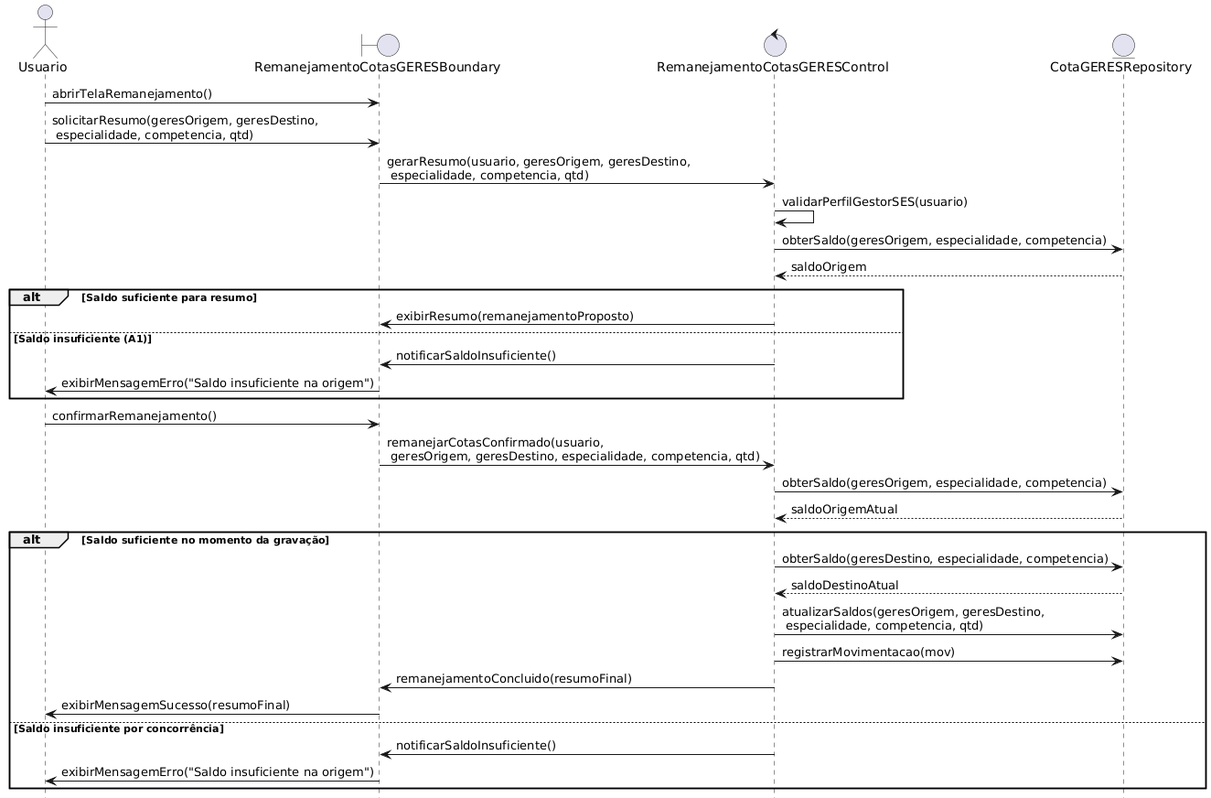
The PlantUML diagram Diagramas de sequencia/Suc014.png in EvertonFerreir4/Sistema_De_Cotas_SES, before a commit.
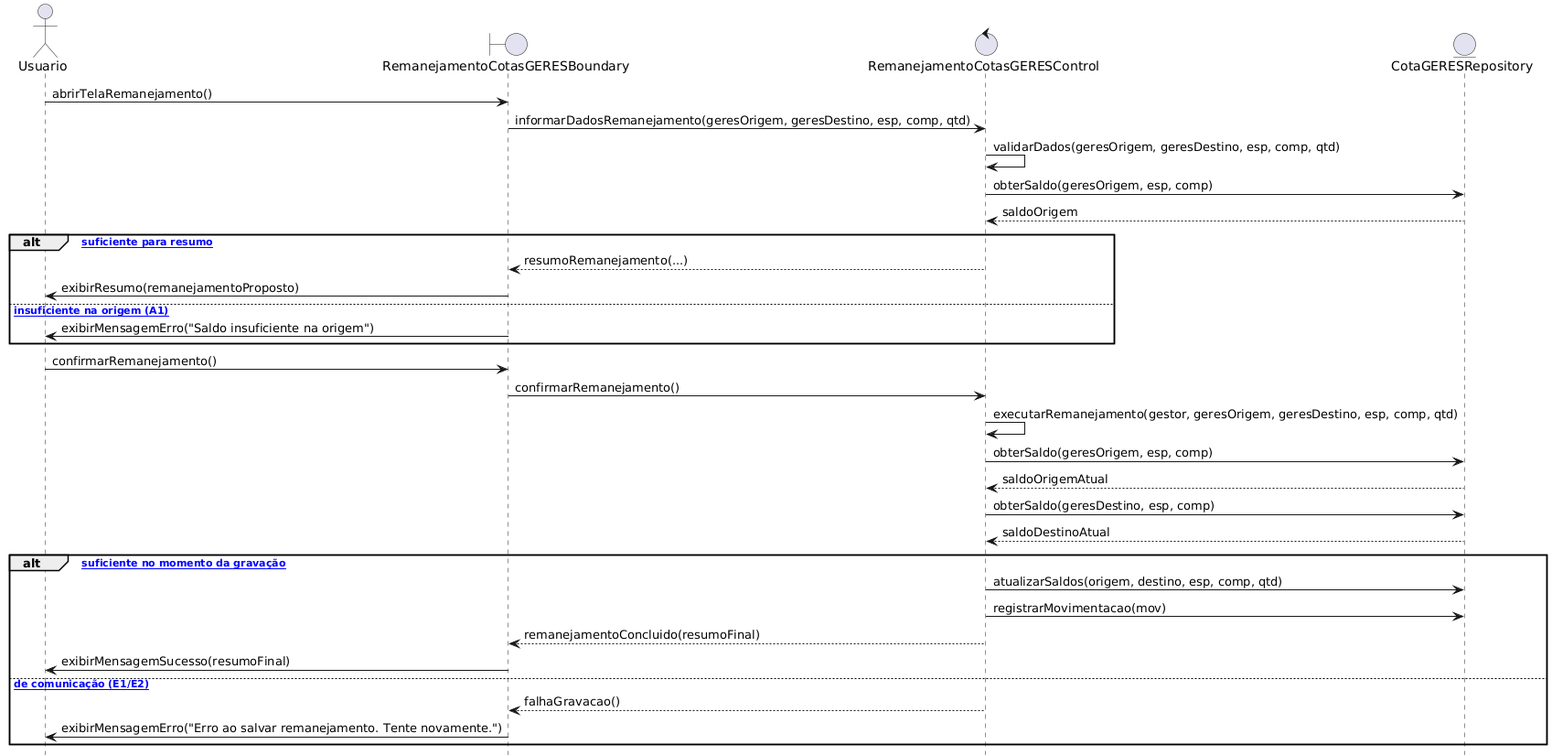
After the commit.

What changed in the source:
```diff
@@ -1,44 +1,41 @@
 @startuml
+title UC014 - Remanejar Cotas entre GERES
+
 actor Usuario
-
 boundary RemanejamentoCotasGERESBoundary
 control RemanejamentoCotasGERESControl
 entity CotaGERESRepository
 
 Usuario -> RemanejamentoCotasGERESBoundary: abrirTelaRemanejamento()
+RemanejamentoCotasGERESBoundary -> RemanejamentoCotasGERESControl: informarDadosRemanejamento(geresOrigem, geresDestino, esp, comp, qtd)
 
-Usuario -> RemanejamentoCotasGERESBoundary: solicitarResumo(geresOrigem, geresDestino,\n especialidade, competencia, qtd)
-RemanejamentoCotasGERESBoundary -> RemanejamentoCotasGERESControl: gerarResumo(usuario, geresOrigem, geresDestino,\n especialidade, competencia, qtd)
+RemanejamentoCotasGERESControl -> RemanejamentoCotasGERESControl: validarDados(geresOrigem, geresDestino, esp, comp, qtd)
+RemanejamentoCotasGERESControl -> CotaGERESRepository: obterSaldo(geresOrigem, esp, comp)
+CotaGERESRepository --> RemanejamentoCotasGERESControl: saldoOrigem
 
-RemanejamentoCotasGERESControl -> RemanejamentoCotasGERESControl: validarPerfilGestorSES(usuario)
-
-RemanejamentoCotasGERESControl -> CotaGERESRepository: obterSaldo(geresOrigem, especialidade, competencia)
-RemanejamentoCotasGERESControl <-- CotaGERESRepository: saldoOrigem
-
-alt Saldo suficiente para resumo
-    RemanejamentoCotasGERESControl -> RemanejamentoCotasGERESBoundary: exibirResumo(remanejamentoProposto)
-else Saldo insuficiente (A1)
-    RemanejamentoCotasGERESControl -> RemanejamentoCotasGERESBoundary: notificarSaldoInsuficiente()
-    RemanejamentoCotasGERESBoundary -> Usuario: exibirMensagemErro("Saldo insuficiente na origem")
+alt [Saldo suficiente para resumo]
+  RemanejamentoCotasGERESControl --> RemanejamentoCotasGERESBoundary: resumoRemanejamento(...)
+  RemanejamentoCotasGERESBoundary -> Usuario: exibirResumo(remanejamentoProposto)
+else [Saldo insuficiente na origem (A1)]
+  RemanejamentoCotasGERESBoundary -> Usuario: exibirMensagemErro("Saldo insuficiente na origem")
 end
 
 Usuario -> RemanejamentoCotasGERESBoundary: confirmarRemanejamento()
-RemanejamentoCotasGERESBoundary -> RemanejamentoCotasGERESControl: remanejarCotasConfirmado(usuario,\n geresOrigem, geresDestino, especialidade, competencia, qtd)
+RemanejamentoCotasGERESBoundary -> RemanejamentoCotasGERESControl: confirmarRemanejamento()
 
-RemanejamentoCotasGERESControl -> CotaGERESRepository: obterSaldo(geresOrigem, especialidade, competencia)
-RemanejamentoCotasGERESControl <-- CotaGERESRepository: saldoOrigemAtual
+RemanejamentoCotasGERESControl -> RemanejamentoCotasGERESControl: executarRemanejamento(gestor, geresOrigem, geresDestino, esp, comp, qtd)
+RemanejamentoCotasGERESControl -> CotaGERESRepository: obterSaldo(geresOrigem, esp, comp)
+CotaGERESRepository --> RemanejamentoCotasGERESControl: saldoOrigemAtual
+RemanejamentoCotasGERESControl -> CotaGERESRepository: obterSaldo(geresDestino, esp, comp)
+CotaGERESRepository --> RemanejamentoCotasGERESControl: saldoDestinoAtual
 
-alt Saldo suficiente no momento da gravação
-    RemanejamentoCotasGERESControl -> CotaGERESRepository: obterSaldo(geresDestino, especialidade, competencia)
-    RemanejamentoCotasGERESControl <-- CotaGERESRepository: saldoDestinoAtual
-
-    RemanejamentoCotasGERESControl -> CotaGERESRepository: atualizarSaldos(geresOrigem, geresDestino,\n especialidade, competencia, qtd)
-    RemanejamentoCotasGERESControl -> CotaGERESRepository: registrarMovimentacao(mov)
-
-    RemanejamentoCotasGERESControl -> RemanejamentoCotasGERESBoundary: remanejamentoConcluido(resumoFinal)
-    RemanejamentoCotasGERESBoundary -> Usuario: exibirMensagemSucesso(resumoFinal)
-else Saldo insuficiente por concorrência
-    RemanejamentoCotasGERESControl -> RemanejamentoCotasGERESBoundary: notificarSaldoInsuficiente()
-    RemanejamentoCotasGERESBoundary -> Usuario: exibirMensagemErro("Saldo insuficiente na origem")
+alt [Saldo suficiente no momento da gravação]
+  RemanejamentoCotasGERESControl -> CotaGERESRepository: atualizarSaldos(origem, destino, esp, comp, qtd)
+  RemanejamentoCotasGERESControl -> CotaGERESRepository: registrarMovimentacao(mov)
+  RemanejamentoCotasGERESControl --> RemanejamentoCotasGERESBoundary: remanejamentoConcluido(resumoFinal)
+  RemanejamentoCotasGERESBoundary -> Usuario: exibirMensagemSucesso(resumoFinal)
+else [Erro de comunicação (E1/E2)]
+  RemanejamentoCotasGERESControl --> RemanejamentoCotasGERESBoundary: falhaGravacao()
+  RemanejamentoCotasGERESBoundary -> Usuario: exibirMensagemErro("Erro ao salvar remanejamento. Tente novamente.")
 end
 @enduml
```
